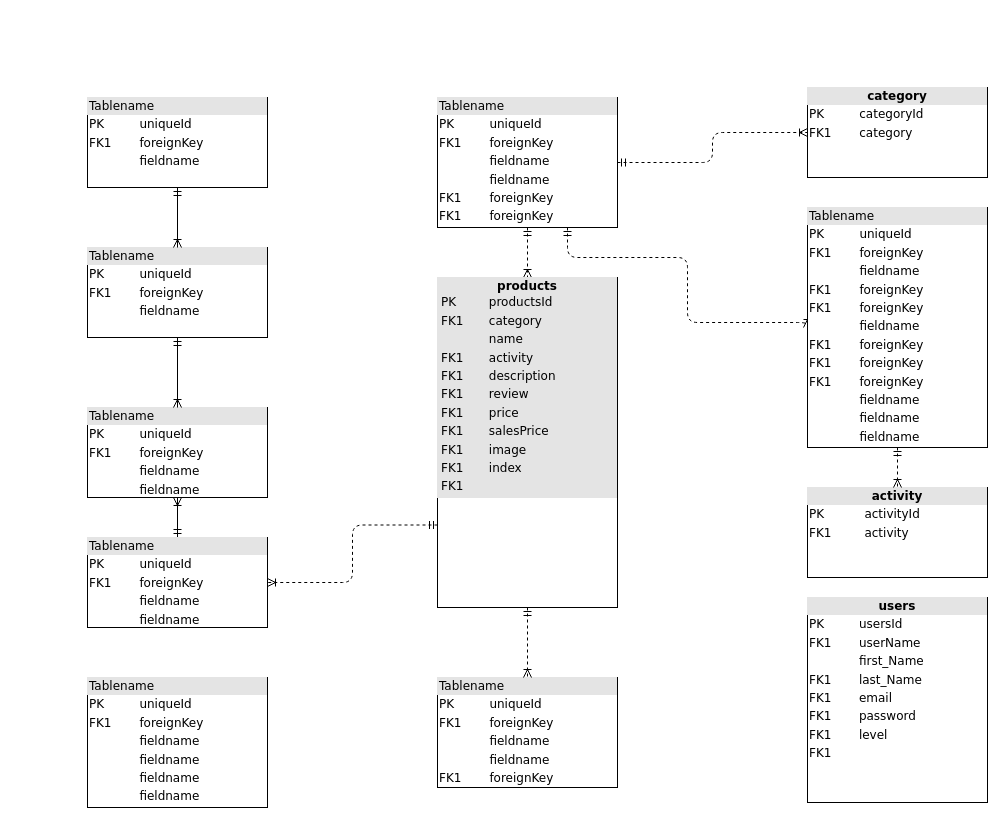
Agosdb/Grupo-dos-Encontrate- keeps this draw.io diagram as EncontrateHome/Untitled Diagram.drawio. Above is the earlier version. Source tidied: cells renumbered, new cells numbered last; positions are measured from the earlier drawing's top-left corner, leaving out a move shared by most shapes. Both pictures are drawn from the tidied source at 100%, with x=0, y=0 at pixel (87, 87).
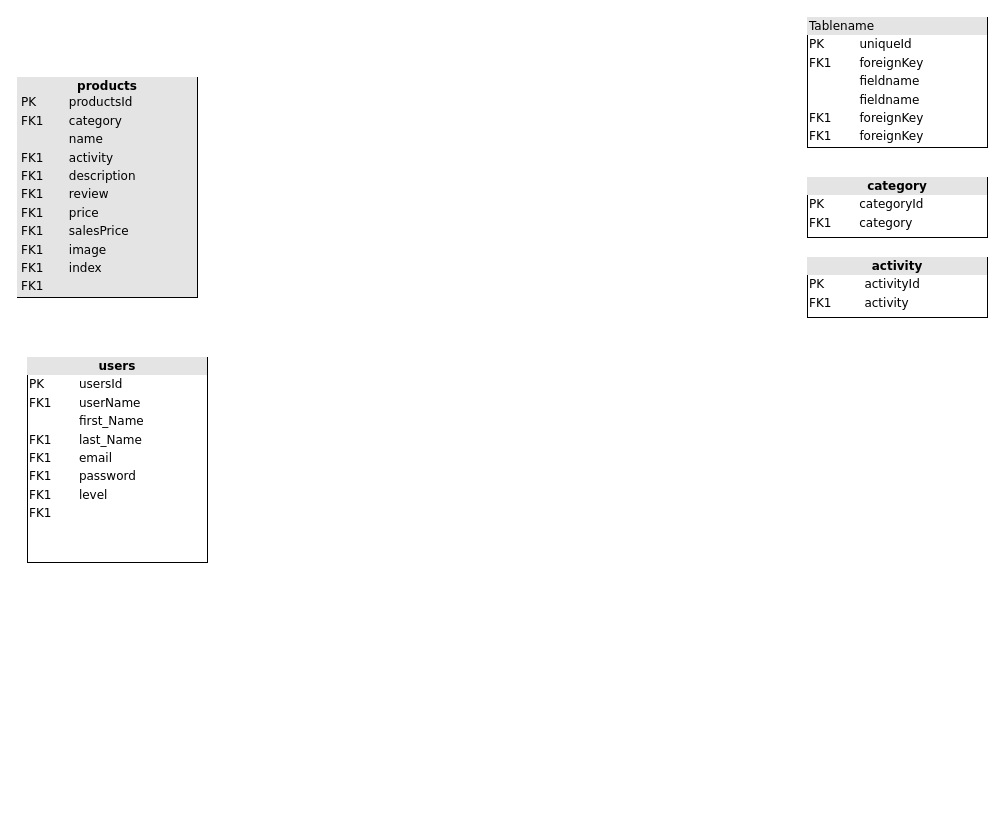
The same diagram, later.

What changed in the source:
```diff
@@
-    <mxCell id="2" value="&lt;div style=&quot;box-sizing:border-box;width:100%;background:#e4e4e4;padding:2px;&quot;&gt;Tablename&lt;/div&gt;&lt;table style=&quot;width:100%;font-size:1em;&quot; cellpadding=&quot;2&quot; cellspacing=&quot;0&quot;&gt;&lt;tr&gt;&lt;td&gt;PK&lt;/td&gt;&lt;td&gt;uniqueId&lt;/td&gt;&lt;/tr&gt;&lt;tr&gt;&lt;td&gt;FK1&lt;/td&gt;&lt;td&gt;foreignKey&lt;/td&gt;&lt;/tr&gt;&lt;tr&gt;&lt;td&gt;&lt;/td&gt;&lt;td&gt;fieldname&lt;/td&gt;&lt;/tr&gt;&lt;/table&gt;" style="verticalAlign=top;align=left;overflow=fill;html=1;rounded=0;shadow=0;comic=0;labelBackgroundColor=none;strokeWidth=1;fontFamily=Verdana;fontSize=12;" parent="1" vertex="1">
-      <mxGeometry y="10" width="180" height="90" as="geometry" />
-    </mxCell>
-    <mxCell id="3" style="edgeStyle=orthogonalEdgeStyle;html=1;entryX=0.5;entryY=0;dashed=1;labelBackgroundColor=none;startArrow=ERmandOne;endArrow=ERoneToMany;fontFamily=Verdana;fontSize=12;align=left;" parent="1" edge="1" source="6" target="16">
-      <mxGeometry relative="1" as="geometry" />
-    </mxCell>
-    <mxCell id="4" style="edgeStyle=orthogonalEdgeStyle;html=1;dashed=1;labelBackgroundColor=none;startArrow=ERmandOne;endArrow=ERoneToMany;fontFamily=Verdana;fontSize=12;align=left;entryX=0;entryY=0.5;" parent="1" edge="1" source="6" target="19">
-      <mxGeometry relative="1" as="geometry">
-        <Array as="points">
-          <mxPoint x="480" y="170" />
-          <mxPoint x="600" y="170" />
-          <mxPoint x="600" y="235" />
-        </Array>
-      </mxGeometry>
-    </mxCell>
-    <mxCell id="5" style="edgeStyle=orthogonalEdgeStyle;html=1;dashed=1;labelBackgroundColor=none;startArrow=ERmandOne;endArrow=ERoneToMany;fontFamily=Verdana;fontSize=12;align=left;" parent="1" edge="1" source="6" target="20">
-      <mxGeometry relative="1" as="geometry" />
-    </mxCell>
     <mxCell id="6" value="&lt;div style=&quot;box-sizing: border-box ; width: 100% ; background: #e4e4e4 ; padding: 2px&quot;&gt;Tablename&lt;/div&gt;&lt;table style=&quot;width: 100% ; font-size: 1em&quot; cellpadding=&quot;2&quot; cellspacing=&quot;0&quot;&gt;&lt;tbody&gt;&lt;tr&gt;&lt;td&gt;PK&lt;/td&gt;&lt;td&gt;uniqueId&lt;/td&gt;&lt;/tr&gt;&lt;tr&gt;&lt;td&gt;FK1&lt;/td&gt;&lt;td&gt;foreignKey&lt;/td&gt;&lt;/tr&gt;&lt;tr&gt;&lt;td&gt;&lt;/td&gt;&lt;td&gt;fieldname&lt;/td&gt;&lt;/tr&gt;&lt;tr&gt;&lt;td&gt;&lt;br&gt;&lt;/td&gt;&lt;td&gt;fieldname&lt;br&gt;&lt;/td&gt;&lt;/tr&gt;&lt;tr&gt;&lt;td&gt;FK1&lt;br&gt;&lt;/td&gt;&lt;td&gt;foreignKey&lt;br&gt;&lt;/td&gt;&lt;/tr&gt;&lt;tr&gt;&lt;td&gt;FK1&lt;br&gt;&lt;/td&gt;&lt;td&gt;foreignKey&lt;br&gt;&lt;/td&gt;&lt;/tr&gt;&lt;/tbody&gt;&lt;/table&gt;" style="verticalAlign=top;align=left;overflow=fill;html=1;rounded=0;shadow=0;comic=0;labelBackgroundColor=none;strokeWidth=1;fontFamily=Verdana;fontSize=12;" parent="1" vertex="1">
-      <mxGeometry x="350" y="10" width="180" height="130" as="geometry" />
+      <mxGeometry x="720" y="-70" width="180" height="130" as="geometry" />
     </mxCell>
-    <mxCell id="7" style="edgeStyle=orthogonalEdgeStyle;html=1;labelBackgroundColor=none;startArrow=ERmandOne;endArrow=ERoneToMany;fontFamily=Verdana;fontSize=12;align=left;" parent="1" edge="1" source="9" target="10">
-      <mxGeometry relative="1" as="geometry" />
+    <mxCell id="7" style="edgeStyle=orthogonalEdgeStyle;html=1;labelBackgroundColor=none;startArrow=ERmandOne;endArrow=ERoneToMany;fontFamily=Verdana;fontSize=12;align=left;" parent="1" edge="1">
+      <mxGeometry relative="1" as="geometry">
+        <mxPoint x="90" y="450" as="sourcePoint" />
+        <mxPoint x="90" y="410" as="targetPoint" />
+      </mxGeometry>
     </mxCell>
-    <mxCell id="8" style="edgeStyle=orthogonalEdgeStyle;html=1;exitX=0;exitY=0.75;entryX=1;entryY=0.5;dashed=1;labelBackgroundColor=none;startArrow=ERmandOne;endArrow=ERoneToMany;fontFamily=Verdana;fontSize=12;align=left;" parent="1" edge="1" source="16" target="9">
-      <mxGeometry relative="1" as="geometry" />
-    </mxCell>
-    <mxCell id="9" value="&lt;div style=&quot;box-sizing: border-box ; width: 100% ; background: #e4e4e4 ; padding: 2px&quot;&gt;Tablename&lt;/div&gt;&lt;table style=&quot;width: 100% ; font-size: 1em&quot; cellpadding=&quot;2&quot; cellspacing=&quot;0&quot;&gt;&lt;tbody&gt;&lt;tr&gt;&lt;td&gt;PK&lt;/td&gt;&lt;td&gt;uniqueId&lt;/td&gt;&lt;/tr&gt;&lt;tr&gt;&lt;td&gt;FK1&lt;/td&gt;&lt;td&gt;foreignKey&lt;/td&gt;&lt;/tr&gt;&lt;tr&gt;&lt;td&gt;&lt;/td&gt;&lt;td&gt;fieldname&lt;/td&gt;&lt;/tr&gt;&lt;tr&gt;&lt;td&gt;&lt;br&gt;&lt;/td&gt;&lt;td&gt;fieldname&lt;br&gt;&lt;/td&gt;&lt;/tr&gt;&lt;/tbody&gt;&lt;/table&gt;" style="verticalAlign=top;align=left;overflow=fill;html=1;rounded=0;shadow=0;comic=0;labelBackgroundColor=none;strokeWidth=1;fontFamily=Verdana;fontSize=12;" parent="1" vertex="1">
-      <mxGeometry y="450" width="180" height="90" as="geometry" />
-    </mxCell>
-    <mxCell id="10" value="&lt;div style=&quot;box-sizing: border-box ; width: 100% ; background: #e4e4e4 ; padding: 2px&quot;&gt;Tablename&lt;/div&gt;&lt;table style=&quot;width: 100% ; font-size: 1em&quot; cellpadding=&quot;2&quot; cellspacing=&quot;0&quot;&gt;&lt;tbody&gt;&lt;tr&gt;&lt;td&gt;PK&lt;/td&gt;&lt;td&gt;uniqueId&lt;/td&gt;&lt;/tr&gt;&lt;tr&gt;&lt;td&gt;FK1&lt;/td&gt;&lt;td&gt;foreignKey&lt;/td&gt;&lt;/tr&gt;&lt;tr&gt;&lt;td&gt;&lt;/td&gt;&lt;td&gt;fieldname&lt;/td&gt;&lt;/tr&gt;&lt;tr&gt;&lt;td&gt;&lt;br&gt;&lt;/td&gt;&lt;td&gt;fieldname&lt;br&gt;&lt;/td&gt;&lt;/tr&gt;&lt;/tbody&gt;&lt;/table&gt;" style="verticalAlign=top;align=left;overflow=fill;html=1;rounded=0;shadow=0;comic=0;labelBackgroundColor=none;strokeWidth=1;fontFamily=Verdana;fontSize=12;" parent="1" vertex="1">
-      <mxGeometry y="320" width="180" height="90" as="geometry" />
-    </mxCell>
-    <mxCell id="11" style="edgeStyle=orthogonalEdgeStyle;html=1;entryX=0.5;entryY=0;labelBackgroundColor=none;startArrow=ERmandOne;endArrow=ERoneToMany;fontFamily=Verdana;fontSize=12;align=left;" parent="1" edge="1" source="12" target="10">
-      <mxGeometry relative="1" as="geometry" />
-    </mxCell>
-    <mxCell id="12" value="&lt;div style=&quot;box-sizing:border-box;width:100%;background:#e4e4e4;padding:2px;&quot;&gt;Tablename&lt;/div&gt;&lt;table style=&quot;width:100%;font-size:1em;&quot; cellpadding=&quot;2&quot; cellspacing=&quot;0&quot;&gt;&lt;tr&gt;&lt;td&gt;PK&lt;/td&gt;&lt;td&gt;uniqueId&lt;/td&gt;&lt;/tr&gt;&lt;tr&gt;&lt;td&gt;FK1&lt;/td&gt;&lt;td&gt;foreignKey&lt;/td&gt;&lt;/tr&gt;&lt;tr&gt;&lt;td&gt;&lt;/td&gt;&lt;td&gt;fieldname&lt;/td&gt;&lt;/tr&gt;&lt;/table&gt;" style="verticalAlign=top;align=left;overflow=fill;html=1;rounded=0;shadow=0;comic=0;labelBackgroundColor=none;strokeWidth=1;fontFamily=Verdana;fontSize=12;" parent="1" vertex="1">
-      <mxGeometry y="160" width="180" height="90" as="geometry" />
-    </mxCell>
     <mxCell id="13" value="&lt;div style=&quot;text-align: center ; box-sizing: border-box ; width: 100% ; background: rgb(228 , 228 , 228) ; padding: 2px&quot;&gt;&lt;b&gt;users&lt;/b&gt;&lt;/div&gt;&lt;table style=&quot;width: 100% ; font-size: 1em&quot; cellpadding=&quot;2&quot; cellspacing=&quot;0&quot;&gt;&lt;tbody&gt;&lt;tr&gt;&lt;td&gt;PK&lt;br&gt;&lt;/td&gt;&lt;td&gt;usersId&lt;/td&gt;&lt;/tr&gt;&lt;tr&gt;&lt;td&gt;FK1&lt;/td&gt;&lt;td&gt;userName&lt;/td&gt;&lt;/tr&gt;&lt;tr&gt;&lt;td&gt;&lt;/td&gt;&lt;td&gt;first_Name&lt;/td&gt;&lt;/tr&gt;&lt;tr&gt;&lt;td&gt;FK1&lt;br&gt;&lt;/td&gt;&lt;td&gt;last_Name&lt;br&gt;&lt;/td&gt;&lt;/tr&gt;&lt;tr&gt;&lt;td&gt;FK1&lt;br&gt;&lt;/td&gt;&lt;td&gt;email&lt;br&gt;&lt;/td&gt;&lt;/tr&gt;&lt;tr&gt;&lt;td&gt;FK1&lt;br&gt;&lt;/td&gt;&lt;td&gt;password&lt;br&gt;&lt;/td&gt;&lt;/tr&gt;&lt;tr&gt;&lt;td&gt;FK1&lt;br&gt;&lt;/td&gt;&lt;td&gt;level&lt;br&gt;&lt;/td&gt;&lt;/tr&gt;&lt;tr&gt;&lt;td&gt;FK1&lt;br&gt;&lt;/td&gt;&lt;td&gt;&lt;/td&gt;&lt;/tr&gt;&lt;/tbody&gt;&lt;/table&gt;" style="verticalAlign=top;align=left;overflow=fill;html=1;rounded=0;shadow=0;comic=0;labelBackgroundColor=none;strokeWidth=1;fontFamily=Verdana;fontSize=12;" parent="1" vertex="1">
-      <mxGeometry x="720" y="510" width="180" height="205" as="geometry" />
+      <mxGeometry x="-60" y="270" width="180" height="205" as="geometry" />
     </mxCell>
-    <mxCell id="14" value="&lt;div style=&quot;box-sizing: border-box ; width: 100% ; background: #e4e4e4 ; padding: 2px&quot;&gt;Tablename&lt;/div&gt;&lt;table style=&quot;width: 100% ; font-size: 1em&quot; cellpadding=&quot;2&quot; cellspacing=&quot;0&quot;&gt;&lt;tbody&gt;&lt;tr&gt;&lt;td&gt;PK&lt;/td&gt;&lt;td&gt;uniqueId&lt;/td&gt;&lt;/tr&gt;&lt;tr&gt;&lt;td&gt;FK1&lt;/td&gt;&lt;td&gt;foreignKey&lt;/td&gt;&lt;/tr&gt;&lt;tr&gt;&lt;td&gt;&lt;/td&gt;&lt;td&gt;fieldname&lt;/td&gt;&lt;/tr&gt;&lt;tr&gt;&lt;td&gt;&lt;br&gt;&lt;/td&gt;&lt;td&gt;fieldname&lt;br&gt;&lt;/td&gt;&lt;/tr&gt;&lt;tr&gt;&lt;td&gt;FK1&lt;br&gt;&lt;/td&gt;&lt;td&gt;foreignKey&lt;br&gt;&lt;/td&gt;&lt;/tr&gt;&lt;/tbody&gt;&lt;/table&gt;" style="verticalAlign=top;align=left;overflow=fill;html=1;rounded=0;shadow=0;comic=0;labelBackgroundColor=none;strokeWidth=1;fontFamily=Verdana;fontSize=12;" parent="1" vertex="1">
-      <mxGeometry x="350" y="590" width="180" height="110" as="geometry" />
-    </mxCell>
-    <mxCell id="15" style="edgeStyle=orthogonalEdgeStyle;html=1;entryX=0.5;entryY=0;labelBackgroundColor=none;startArrow=ERmandOne;endArrow=ERoneToMany;fontFamily=Verdana;fontSize=12;align=left;dashed=1;" parent="1" edge="1" source="16" target="14">
-      <mxGeometry relative="1" as="geometry" />
-    </mxCell>
     <mxCell id="16" value="&lt;div style=&quot;box-sizing: border-box ; width: 100% ; background: #e4e4e4 ; padding: 2px&quot;&gt;&lt;div style=&quot;text-align: center&quot;&gt;&lt;b&gt;products&lt;/b&gt;&lt;/div&gt;&lt;table cellpadding=&quot;2&quot; cellspacing=&quot;0&quot; style=&quot;font-size: 1em ; width: 100%&quot;&gt;&lt;tbody&gt;&lt;tr&gt;&lt;td&gt;PK&lt;/td&gt;&lt;td&gt;productsId&lt;/td&gt;&lt;/tr&gt;&lt;tr&gt;&lt;td&gt;FK1&lt;/td&gt;&lt;td&gt;category&lt;/td&gt;&lt;/tr&gt;&lt;tr&gt;&lt;td&gt;&lt;/td&gt;&lt;td&gt;name&lt;/td&gt;&lt;/tr&gt;&lt;tr&gt;&lt;td&gt;FK1&lt;br&gt;&lt;/td&gt;&lt;td&gt;activity&lt;br&gt;&lt;/td&gt;&lt;/tr&gt;&lt;tr&gt;&lt;td&gt;FK1&lt;br&gt;&lt;/td&gt;&lt;td&gt;description&lt;br&gt;&lt;/td&gt;&lt;/tr&gt;&lt;tr&gt;&lt;td&gt;FK1&lt;br&gt;&lt;/td&gt;&lt;td&gt;review&lt;br&gt;&lt;/td&gt;&lt;/tr&gt;&lt;tr&gt;&lt;td&gt;FK1&lt;br&gt;&lt;/td&gt;&lt;td&gt;price&lt;br&gt;&lt;/td&gt;&lt;/tr&gt;&lt;tr&gt;&lt;td&gt;FK1&lt;br&gt;&lt;/td&gt;&lt;td&gt;salesPrice&lt;br&gt;&lt;/td&gt;&lt;/tr&gt;&lt;tr&gt;&lt;td&gt;FK1&lt;br&gt;&lt;/td&gt;&lt;td&gt;image&lt;br&gt;&lt;/td&gt;&lt;/tr&gt;&lt;tr&gt;&lt;td&gt;FK1&lt;br&gt;&lt;/td&gt;&lt;td&gt;index&lt;br&gt;&lt;/td&gt;&lt;/tr&gt;&lt;tr&gt;&lt;td&gt;FK1&lt;br&gt;&lt;/td&gt;&lt;td&gt;&lt;/td&gt;&lt;/tr&gt;&lt;/tbody&gt;&lt;/table&gt;&lt;/div&gt;" style="verticalAlign=top;align=left;overflow=fill;html=1;rounded=0;shadow=0;comic=0;labelBackgroundColor=none;strokeWidth=1;fontFamily=Verdana;fontSize=12;" parent="1" vertex="1">
-      <mxGeometry x="350" y="190" width="180" height="330" as="geometry" />
+      <mxGeometry x="-70" y="-10" width="180" height="220" as="geometry" />
     </mxCell>
     <mxCell id="17" value="&lt;div style=&quot;text-align: center ; box-sizing: border-box ; width: 100% ; background: rgb(228 , 228 , 228) ; padding: 2px&quot;&gt;&lt;b&gt;activity&lt;/b&gt;&lt;/div&gt;&lt;table style=&quot;width: 100% ; font-size: 1em&quot; cellpadding=&quot;2&quot; cellspacing=&quot;0&quot;&gt;&lt;tbody&gt;&lt;tr&gt;&lt;td&gt;PK&lt;/td&gt;&lt;td&gt;activityId&lt;/td&gt;&lt;/tr&gt;&lt;tr&gt;&lt;td&gt;FK1&lt;/td&gt;&lt;td&gt;activity&lt;/td&gt;&lt;/tr&gt;&lt;tr&gt;&lt;td&gt;&lt;/td&gt;&lt;td&gt;&lt;br&gt;&lt;/td&gt;&lt;/tr&gt;&lt;/tbody&gt;&lt;/table&gt;" style="verticalAlign=top;align=left;overflow=fill;html=1;rounded=0;shadow=0;comic=0;labelBackgroundColor=none;strokeWidth=1;fontFamily=Verdana;fontSize=12;" parent="1" vertex="1">
-      <mxGeometry x="720" y="400" width="180" height="90" as="geometry" />
+      <mxGeometry x="720" y="170" width="180" height="60" as="geometry" />
     </mxCell>
-    <mxCell id="18" style="edgeStyle=orthogonalEdgeStyle;html=1;entryX=0.5;entryY=0;dashed=1;labelBackgroundColor=none;startArrow=ERmandOne;endArrow=ERoneToMany;fontFamily=Verdana;fontSize=12;align=left;" parent="1" edge="1" source="19" target="17">
-      <mxGeometry relative="1" as="geometry" />
-    </mxCell>
-    <mxCell id="19" value="&lt;div style=&quot;box-sizing: border-box ; width: 100% ; background: #e4e4e4 ; padding: 2px&quot;&gt;Tablename&lt;/div&gt;&lt;table style=&quot;width: 100% ; font-size: 1em&quot; cellpadding=&quot;2&quot; cellspacing=&quot;0&quot;&gt;&lt;tbody&gt;&lt;tr&gt;&lt;td&gt;PK&lt;/td&gt;&lt;td&gt;uniqueId&lt;/td&gt;&lt;/tr&gt;&lt;tr&gt;&lt;td&gt;FK1&lt;/td&gt;&lt;td&gt;foreignKey&lt;/td&gt;&lt;/tr&gt;&lt;tr&gt;&lt;td&gt;&lt;/td&gt;&lt;td&gt;fieldname&lt;/td&gt;&lt;/tr&gt;&lt;tr&gt;&lt;td&gt;FK1&lt;br&gt;&lt;/td&gt;&lt;td&gt;foreignKey&lt;br&gt;&lt;/td&gt;&lt;/tr&gt;&lt;tr&gt;&lt;td&gt;FK1&lt;br&gt;&lt;/td&gt;&lt;td&gt;foreignKey&lt;br&gt;&lt;/td&gt;&lt;/tr&gt;&lt;tr&gt;&lt;td&gt;&lt;br&gt;&lt;/td&gt;&lt;td&gt;fieldname&lt;br&gt;&lt;/td&gt;&lt;/tr&gt;&lt;tr&gt;&lt;td&gt;FK1&lt;br&gt;&lt;/td&gt;&lt;td&gt;foreignKey&lt;br&gt;&lt;/td&gt;&lt;/tr&gt;&lt;tr&gt;&lt;td&gt;FK1&lt;br&gt;&lt;/td&gt;&lt;td&gt;foreignKey&lt;br&gt;&lt;/td&gt;&lt;/tr&gt;&lt;tr&gt;&lt;td&gt;FK1&lt;br&gt;&lt;/td&gt;&lt;td&gt;foreignKey&lt;br&gt;&lt;/td&gt;&lt;/tr&gt;&lt;tr&gt;&lt;td&gt;&lt;br&gt;&lt;/td&gt;&lt;td&gt;fieldname&lt;br&gt;&lt;/td&gt;&lt;/tr&gt;&lt;tr&gt;&lt;td&gt;&lt;br&gt;&lt;/td&gt;&lt;td&gt;fieldname&lt;br&gt;&lt;/td&gt;&lt;/tr&gt;&lt;tr&gt;&lt;td&gt;&lt;br&gt;&lt;/td&gt;&lt;td&gt;fieldname&lt;br&gt;&lt;/td&gt;&lt;/tr&gt;&lt;/tbody&gt;&lt;/table&gt;" style="verticalAlign=top;align=left;overflow=fill;html=1;rounded=0;shadow=0;comic=0;labelBackgroundColor=none;strokeWidth=1;fontFamily=Verdana;fontSize=12;" parent="1" vertex="1">
-      <mxGeometry x="720" y="120" width="180" height="240" as="geometry" />
-    </mxCell>
     <mxCell id="20" value="&lt;div style=&quot;text-align: center ; box-sizing: border-box ; width: 100% ; background: rgb(228 , 228 , 228) ; padding: 2px&quot;&gt;&lt;b&gt;category&lt;/b&gt;&lt;/div&gt;&lt;table style=&quot;width: 100% ; font-size: 1em&quot; cellpadding=&quot;2&quot; cellspacing=&quot;0&quot;&gt;&lt;tbody&gt;&lt;tr&gt;&lt;td&gt;PK&lt;/td&gt;&lt;td&gt;categoryId&lt;/td&gt;&lt;/tr&gt;&lt;tr&gt;&lt;td&gt;FK1&lt;/td&gt;&lt;td&gt;category&lt;/td&gt;&lt;/tr&gt;&lt;tr&gt;&lt;td&gt;&lt;/td&gt;&lt;td&gt;&lt;br&gt;&lt;/td&gt;&lt;/tr&gt;&lt;/tbody&gt;&lt;/table&gt;" style="verticalAlign=top;align=left;overflow=fill;html=1;rounded=0;shadow=0;comic=0;labelBackgroundColor=none;strokeWidth=1;fontFamily=Verdana;fontSize=12;" parent="1" vertex="1">
-      <mxGeometry x="720" width="180" height="90" as="geometry" />
+      <mxGeometry x="720" y="90" width="180" height="60" as="geometry" />
     </mxCell>
-    <mxCell id="21" value="&lt;div style=&quot;box-sizing: border-box ; width: 100% ; background: #e4e4e4 ; padding: 2px&quot;&gt;Tablename&lt;/div&gt;&lt;table style=&quot;width: 100% ; font-size: 1em&quot; cellpadding=&quot;2&quot; cellspacing=&quot;0&quot;&gt;&lt;tbody&gt;&lt;tr&gt;&lt;td&gt;PK&lt;/td&gt;&lt;td&gt;uniqueId&lt;/td&gt;&lt;/tr&gt;&lt;tr&gt;&lt;td&gt;FK1&lt;/td&gt;&lt;td&gt;foreignKey&lt;/td&gt;&lt;/tr&gt;&lt;tr&gt;&lt;td&gt;&lt;/td&gt;&lt;td&gt;fieldname&lt;/td&gt;&lt;/tr&gt;&lt;tr&gt;&lt;td&gt;&lt;br&gt;&lt;/td&gt;&lt;td&gt;fieldname&lt;br&gt;&lt;/td&gt;&lt;/tr&gt;&lt;tr&gt;&lt;td&gt;&lt;br&gt;&lt;/td&gt;&lt;td&gt;fieldname&lt;br&gt;&lt;/td&gt;&lt;/tr&gt;&lt;tr&gt;&lt;td&gt;&lt;br&gt;&lt;/td&gt;&lt;td&gt;fieldname&lt;br&gt;&lt;/td&gt;&lt;/tr&gt;&lt;/tbody&gt;&lt;/table&gt;" style="verticalAlign=top;align=left;overflow=fill;html=1;rounded=0;shadow=0;comic=0;labelBackgroundColor=none;strokeWidth=1;fontFamily=Verdana;fontSize=12;" parent="1" vertex="1">
-      <mxGeometry y="590" width="180" height="130" as="geometry" />
-    </mxCell>
-    <mxCell id="22" style="edgeStyle=orthogonalEdgeStyle;html=1;endArrow=ERoneToMany;startArrow=ERmandOne;labelBackgroundColor=none;fontFamily=Verdana;fontSize=12;align=left;exitX=0.5;exitY=1;entryX=0.5;entryY=0;" parent="1" edge="1" source="2" target="12">
-      <mxGeometry relative="1" as="geometry" />
-    </mxCell>
```
